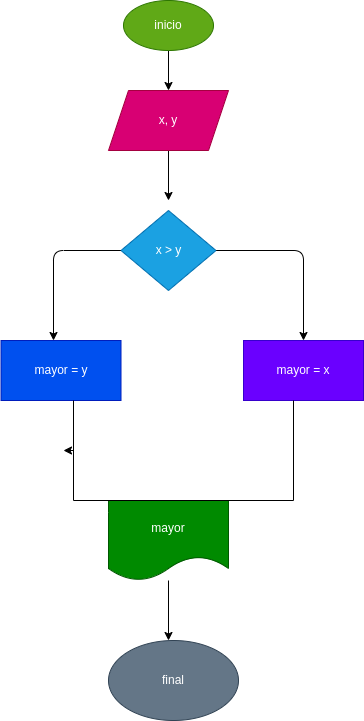
Above: diagrama.png in jefferson5252173/mayor_2enteros (draw.io), before the change. Source tidied: cells renumbered, new cells last; positions are measured from the earlier drawing's top-left corner, leaving out a move shared by most shapes.
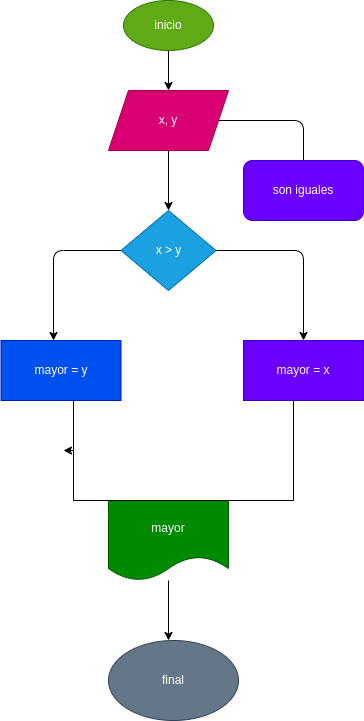
After the change.

Diff of the diagram source:
```diff
@@ -10,11 +10,17 @@
     <mxCell id="3" value="inicio" style="ellipse;whiteSpace=wrap;html=1;fillColor=#60a917;fontColor=#ffffff;strokeColor=#2D7600;" parent="1" vertex="1">
       <mxGeometry x="122" width="90" height="50" as="geometry" />
     </mxCell>
-    <mxCell id="4" style="edgeStyle=none;html=1;" parent="1" edge="1" source="5">
-      <mxGeometry relative="1" as="geometry">
-        <mxPoint x="167" y="200" as="targetPoint" />
-      </mxGeometry>
+    <mxCell id="4" style="edgeStyle=none;html=1;entryX=0.5;entryY=0;entryDx=0;entryDy=0;" parent="1" edge="1" source="5" target="8">
+      <mxGeometry relative="1" as="geometry" />
     </mxCell>
+    <mxCell id="16" style="edgeStyle=none;html=1;" parent="1" edge="1" source="5">
+      <mxGeometry relative="1" as="geometry">
+        <mxPoint x="302" y="170" as="targetPoint" />
+        <Array as="points">
+          <mxPoint x="302" y="120" />
+        </Array>
+      </mxGeometry>
+    </mxCell>
     <mxCell id="5" value="x, y" style="shape=parallelogram;perimeter=parallelogramPerimeter;whiteSpace=wrap;html=1;fixedSize=1;fillColor=#d80073;fontColor=#ffffff;strokeColor=#A50040;" parent="1" vertex="1">
       <mxGeometry x="107" y="90" width="120" height="60" as="geometry" />
     </mxCell>
@@ -62,5 +68,8 @@
     <mxCell id="15" style="shape=partialRectangle;whiteSpace=wrap;html=1;bottom=1;right=1;left=1;top=0;fillColor=none;routingCenterX=-0.5;" parent="1" vertex="1">
       <mxGeometry x="72" y="400" width="220" height="100" as="geometry" />
     </mxCell>
+    <mxCell id="17" value="son iguales" style="rounded=1;whiteSpace=wrap;html=1;fillColor=#6a00ff;fontColor=#ffffff;strokeColor=#3700CC;" parent="1" vertex="1">
+      <mxGeometry x="242" y="160" width="120" height="60" as="geometry" />
+    </mxCell>
   </root>
 </mxGraphModel>
```
